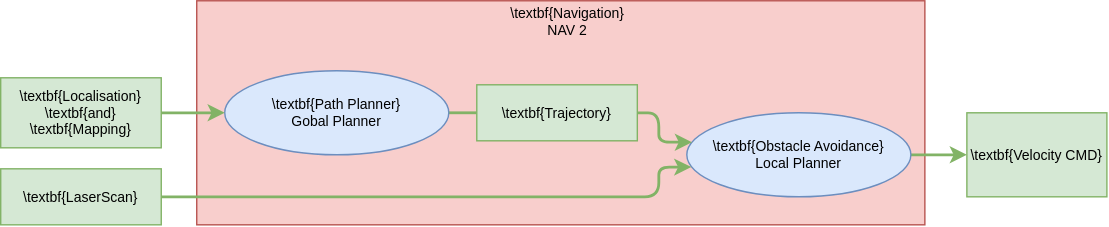
Above: Figures/figNavigation.drawio.svg in orjano-max/ORJANOS_MASTER_REPO (draw.io), before the change. Source tidied: cells renumbered, new cells last; positions are measured from the earlier drawing's top-left corner, leaving out a move shared by most shapes.
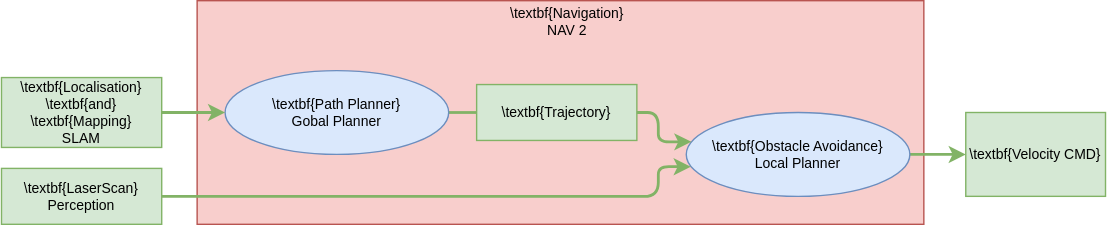
After the commit.

What changed in the source:
```diff
@@ -39,10 +39,10 @@
         </Array>
       </mxGeometry>
     </mxCell>
-    <mxCell id="11" value="\textbf{LaserScan}" style="rounded=0;fillColor=#d5e8d4;strokeColor=#82b366;fontSize=10;" parent="1" vertex="1">
+    <mxCell id="11" value="\textbf{LaserScan}&#10;Perception" style="rounded=0;fillColor=#d5e8d4;strokeColor=#82b366;fontSize=10;" parent="1" vertex="1">
       <mxGeometry y="120" width="114.6" height="40" as="geometry" />
     </mxCell>
-    <mxCell id="12" value="\textbf{Localisation}&#10;\textbf{and}&#10;\textbf{Mapping}" style="rounded=0;fillColor=#d5e8d4;strokeColor=#82b366;fontSize=10;" parent="1" vertex="1">
+    <mxCell id="12" value="\textbf{Localisation}&#10;\textbf{and}&#10;\textbf{Mapping}&#10;SLAM" style="rounded=0;fillColor=#d5e8d4;strokeColor=#82b366;fontSize=10;" parent="1" vertex="1">
       <mxGeometry y="55" width="114.7" height="50" as="geometry" />
     </mxCell>
     <mxCell id="13" style="edgeStyle=orthogonalEdgeStyle;jettySize=auto;fillColor=#d5e8d4;strokeColor=#82b366;strokeWidth=2;rounded=1;exitX=1;exitY=0.5;exitDx=0;exitDy=0;fontSize=10;entryX=0.02;entryY=0.646;entryDx=0;entryDy=0;entryPerimeter=0;" parent="1" edge="1" source="11" target="7">
```
